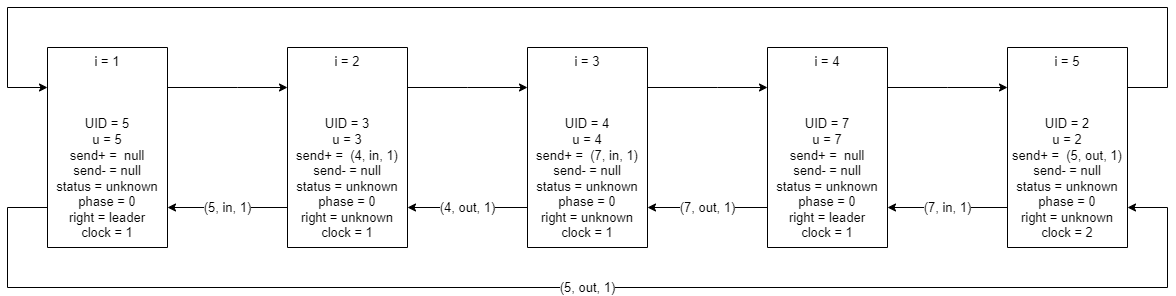
Above: tods/02-tods.drawio.png in h1tlan/tods_first_exercise (draw.io), before the change. Source tidied: cells renumbered, new cells last; positions are measured from the earlier drawing's top-left corner, leaving out a move shared by most shapes.
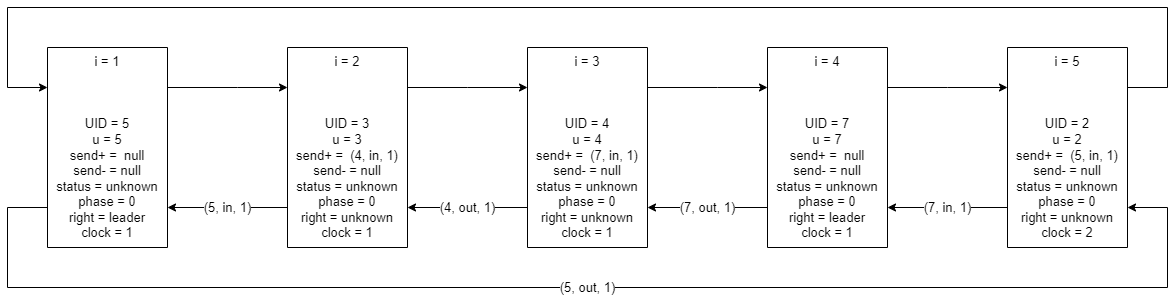
Above is the later version.

What changed in the source:
```diff
@@ -98,7 +98,7 @@
         </Array>
       </mxGeometry>
     </mxCell>
-    <mxCell id="16" value="i = 5&lt;br&gt;&lt;br&gt;&lt;br&gt;&lt;br&gt;UID = 2&lt;br&gt;u = 2&lt;br&gt;send+ =&amp;nbsp; (5, out, 1)&lt;br&gt;send- = null&lt;br&gt;status = unknown&lt;br&gt;phase = 0&lt;br&gt;right = unknown&lt;br&gt;clock = 2" style="rounded=0;whiteSpace=wrap;html=1;fontSize=13;direction=south;" parent="1" vertex="1">
+    <mxCell id="16" value="i = 5&lt;br&gt;&lt;br&gt;&lt;br&gt;&lt;br&gt;UID = 2&lt;br&gt;u = 2&lt;br&gt;send+ =&amp;nbsp; (5, in, 1)&lt;br&gt;send- = null&lt;br&gt;status = unknown&lt;br&gt;phase = 0&lt;br&gt;right = unknown&lt;br&gt;clock = 2" style="rounded=0;whiteSpace=wrap;html=1;fontSize=13;direction=south;" parent="1" vertex="1">
       <mxGeometry x="1000" y="40" width="120" height="200" as="geometry" />
     </mxCell>
   </root>
```
